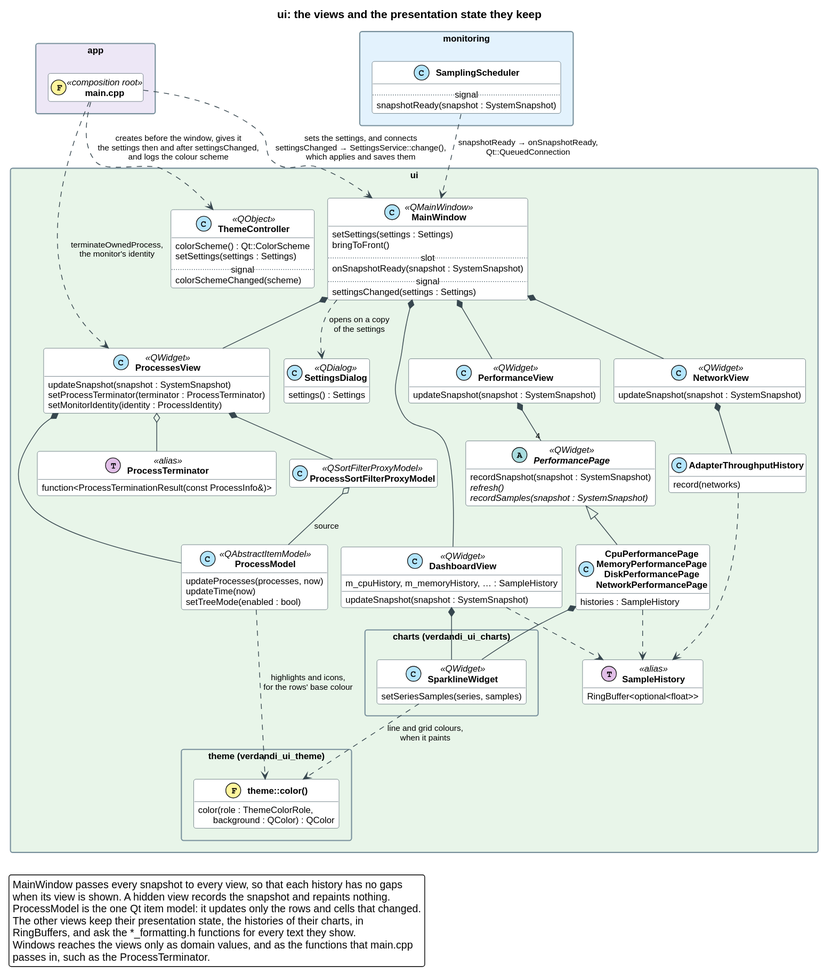
DunderGG/verdandi keeps this PlantUML diagram as docs/diagrams/ui_views.svg. Above is the earlier version.
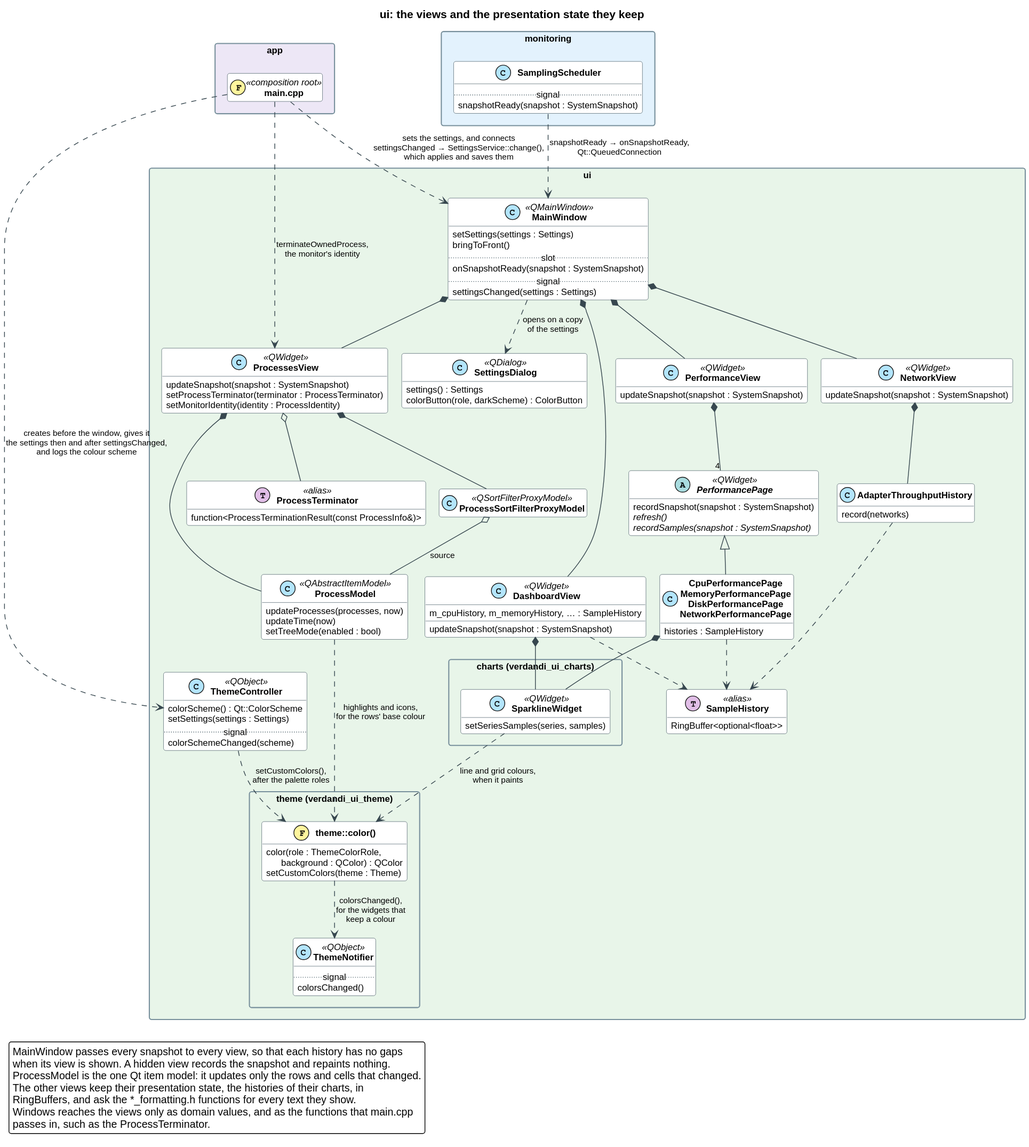
After the commit.

Change to the diagram source:
```diff
@@ -15,6 +15,7 @@
 
     class SettingsDialog <<QDialog>> {
         settings() : Settings
+        colorButton(role, darkScheme) : ColorButton
     }
 
     class ThemeController <<QObject>> {
@@ -82,6 +83,12 @@
     package "theme (verdandi_ui_theme)" as themePackage {
         class "theme::color()" as themeColor << (F,#FFF59D) >> {
             color(role : ThemeColorRole,\n      background : QColor) : QColor
+            setCustomColors(theme : Theme)
+        }
+
+        class ThemeNotifier <<QObject>> {
+            .. signal ..
+            colorsChanged()
         }
     }
 }
@@ -121,6 +128,8 @@
 pages *-- SparklineWidget
 SparklineWidget ..> themeColor : line and grid colours,\nwhen it paints
 ProcessModel ..> themeColor : highlights and icons,\nfor the rows' base colour
+ThemeController ..> themeColor : setCustomColors(),\nafter the palette roles
+themeColor ..> ThemeNotifier : colorsChanged(),\nfor the widgets that\nkeep a colour
 
 legend bottom left
     MainWindow passes every snapshot to every view, so that each history has no gaps
```
